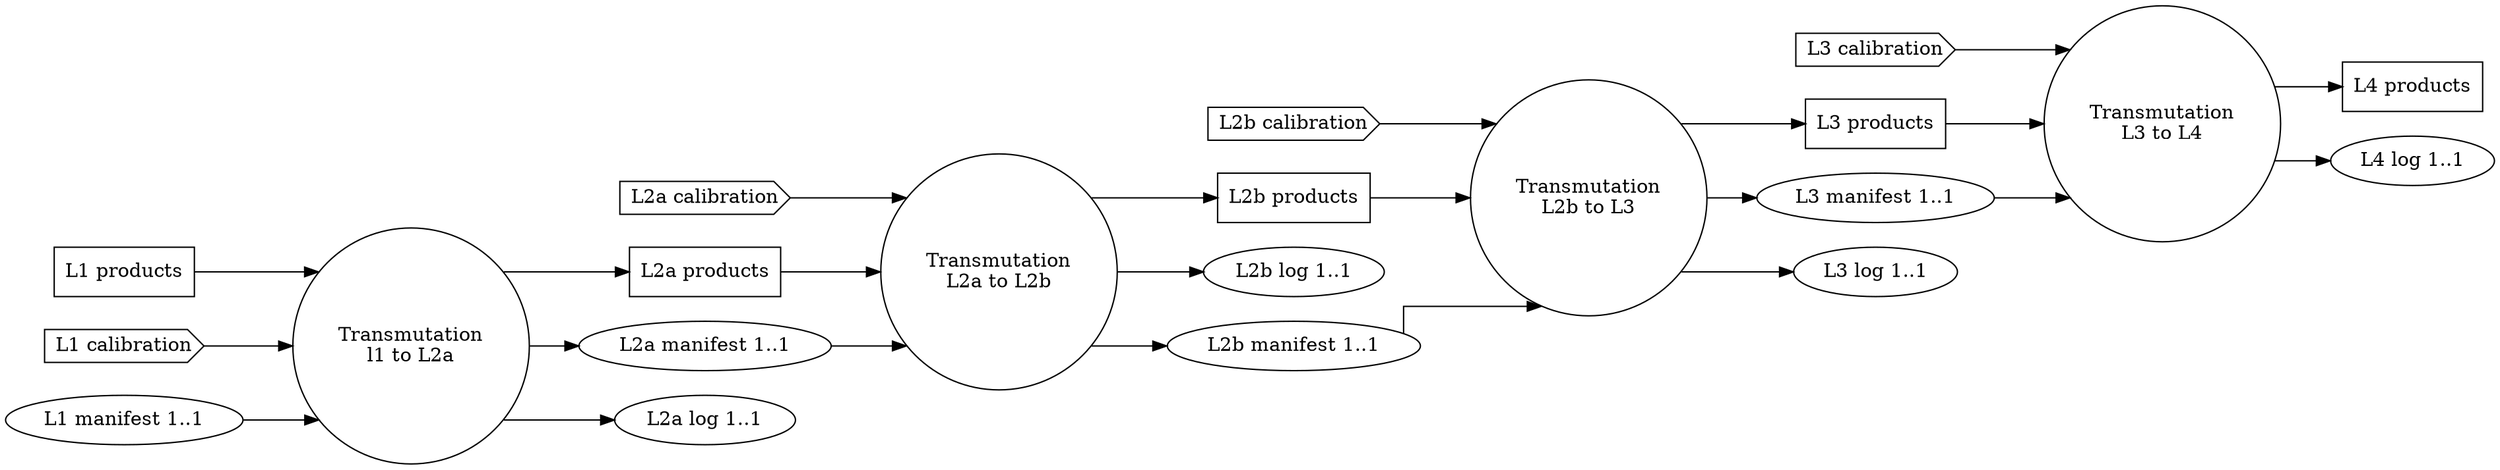
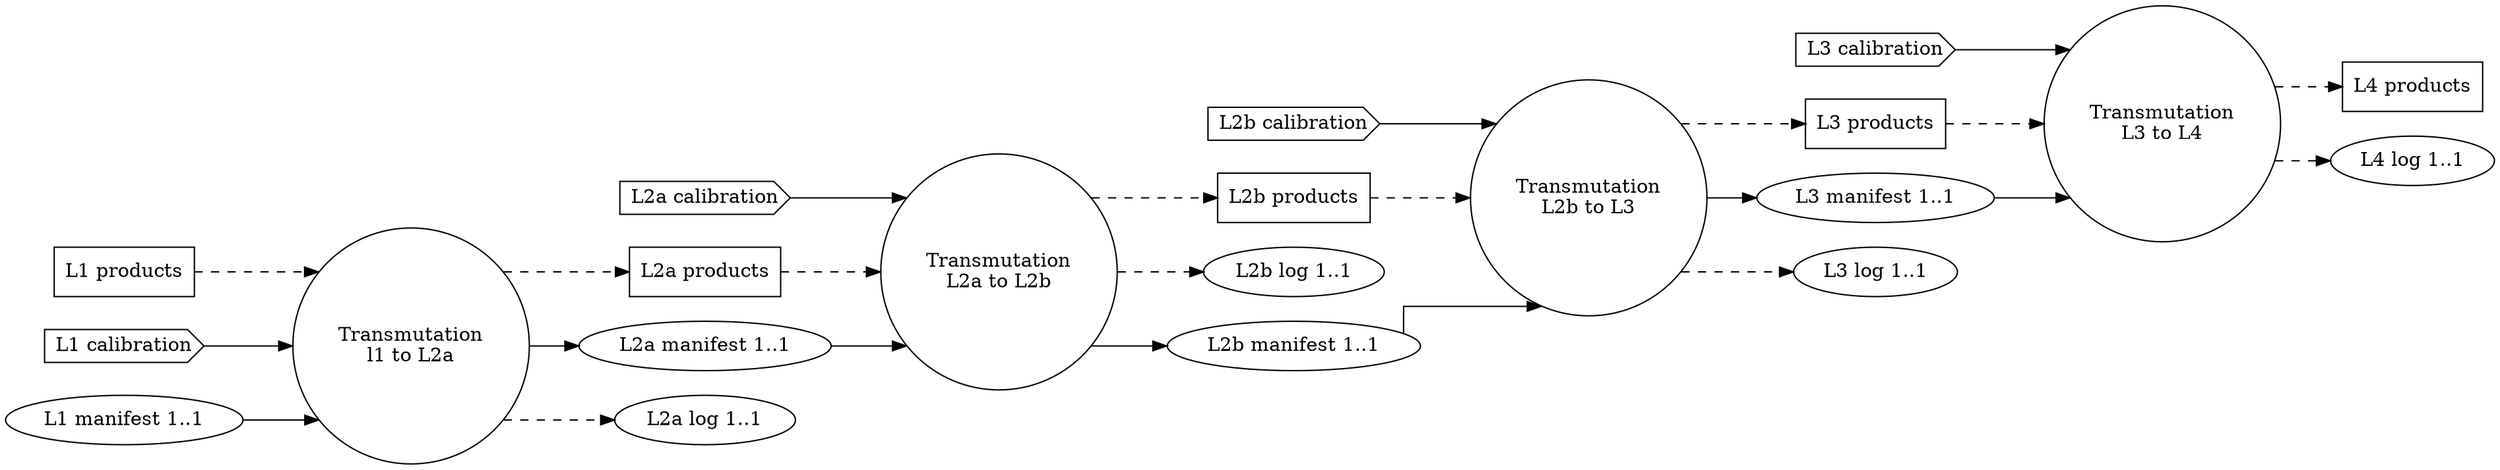
digraph AbstractDesign
{
  graph [splines="ortho", rankdir=LR];

  l1_l2a [label="Transmutation\nl1 to L2a", shape="circle"];
  l2a_l2b [label="Transmutation\nL2a to L2b", shape="circle"];
  l2b_l3 [label="Transmutation\nL2b to L3", shape="circle"];
  l3_l4 [label="Transmutation\nL3 to L4", shape="circle"];

  l1_data [label="L1 products", shape="rectangle"];
  l1_cal [label="L1 calibration", shape="cds"];
  l1_man [label="L1 manifest 1..1", shape="ellipse"];

  l2a_data [label="L2a products", shape="rectangle"];
  l2a_cal [label="L2a calibration", shape="cds"];
  l2a_man [label="L2a manifest 1..1", shape="ellipse"];
  l2a_log [label="L2a log 1..1", shape="ellipse"];

  l2b_data [label="L2b products", shape="rectangle"];
  l2b_cal [label="L2b calibration", shape="cds"];
  l2b_log [label="L2b log 1..1", shape="ellipse"];

  l2b_man [label="L2b manifest 1..1", shape="ellipse"];

  l3_data [label="L3 products", shape="rectangle"];
  l3_cal [label="L3 calibration", shape="cds"];
  l3_man [label="L3 manifest 1..1", shape="ellipse"];
  l3_log [label="L3 log 1..1", shape="ellipse"];

  l4_data [label="L4 products", shape="rectangle"];
  l4_log [label="L4 log 1..1", shape="ellipse"];

  l1_cal -> l1_l2a;
-   l1_data -> l1_l2a;
+   l1_data -> l1_l2a [style="dashed"];
  l1_man -> l1_l2a;
-   l1_l2a -> l2a_data;
+   l1_l2a -> l2a_data [style="dashed"];
  l1_l2a -> l2a_man;
-   l1_l2a -> l2a_log;
+   l1_l2a -> l2a_log [style="dashed"];

  l2a_cal -> l2a_l2b;
-   l2a_data -> l2a_l2b;
+   l2a_data -> l2a_l2b [style="dashed"];

  l2a_man -> l2a_l2b;

-   l2a_l2b -> l2b_data;
+   l2a_l2b -> l2b_data [style="dashed"];
  l2a_l2b -> l2b_man;
-   l2a_l2b -> l2b_log;
+   l2a_l2b -> l2b_log [style="dashed"];

  l2b_cal -> l2b_l3;
-   l2b_data -> l2b_l3;
+   l2b_data -> l2b_l3 [style="dashed"];
  l2b_man -> l2b_l3;
-   l2b_l3 -> l3_data;
+   l2b_l3 -> l3_data [style="dashed"];
  l2b_l3 -> l3_man;
-   l2b_l3 -> l3_log;
+   l2b_l3 -> l3_log [style="dashed"];

  l3_cal -> l3_l4;
-   l3_data -> l3_l4;
+   l3_data -> l3_l4 [style="dashed"];
  l3_man -> l3_l4;
-   l3_l4 -> l4_data;
-   l3_l4 -> l4_log;
+   l3_l4 -> l4_data [style="dashed"];
+   l3_l4 -> l4_log [style="dashed"];
}
